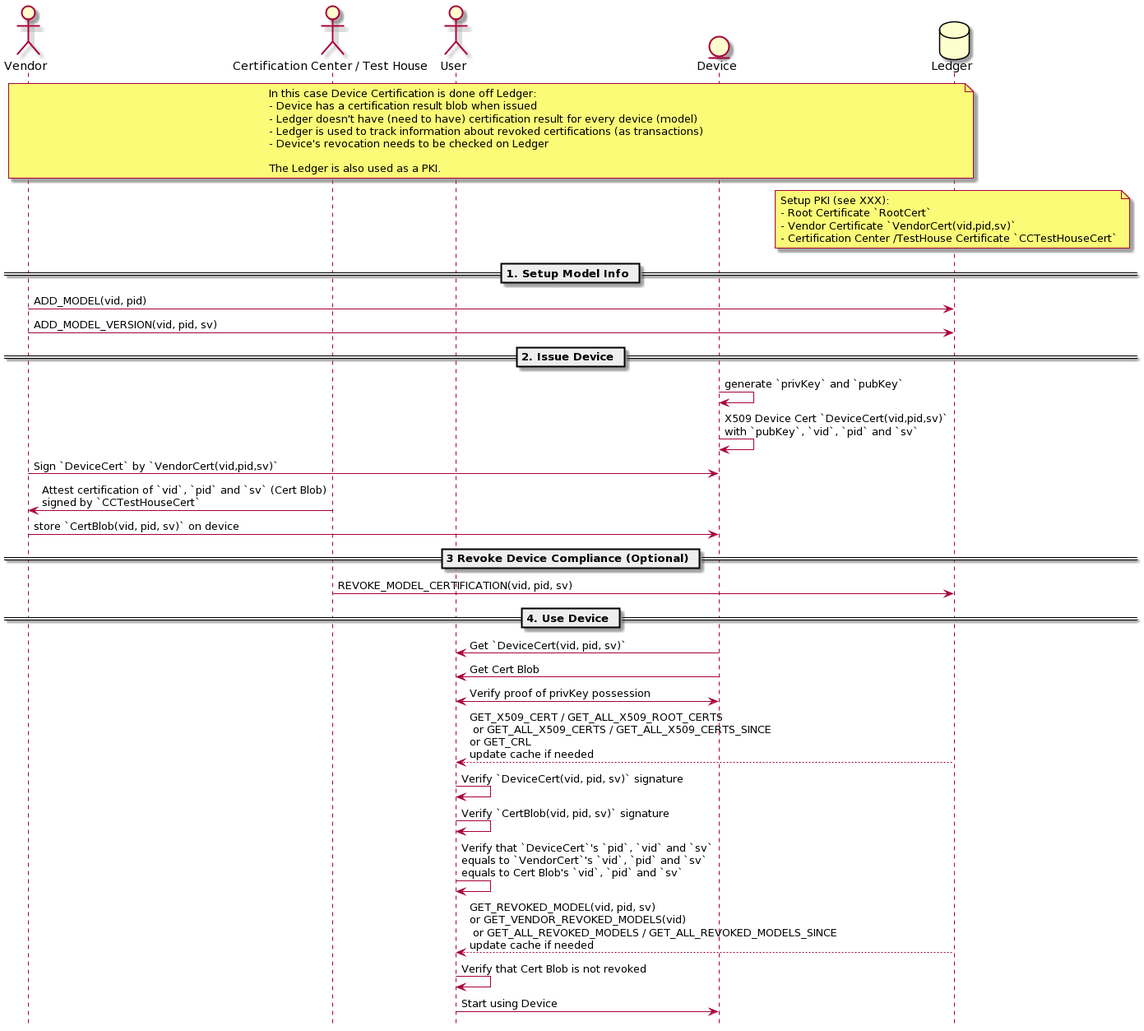
The PlantUML diagram docs/use_cases/use_cases_device_off_ledger_certification.png in zigbee-alliance/distributed-compliance-ledger, before a commit.
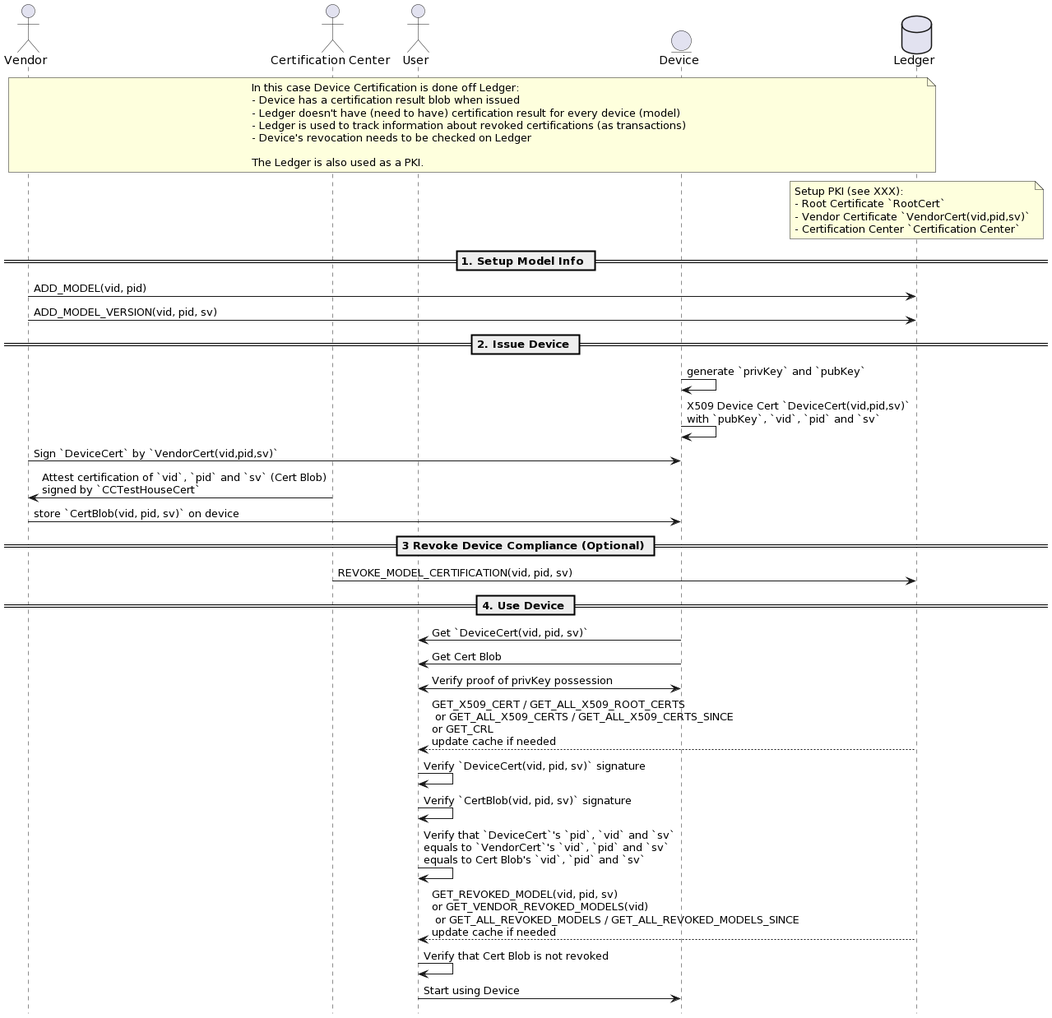
Later version of the same file.

The edit, as a diff of the source:
```diff
@@ -3,7 +3,7 @@
 hide footbox
 
 actor Vendor as V
-actor "Certification Center / Test House" as CC
+actor "Certification Center" as CC
 actor User as U
 entity Device as D
 database Ledger as L
@@ -22,7 +22,7 @@
 Setup PKI (see XXX):
 - Root Certificate `RootCert`
 - Vendor Certificate `VendorCert(vid,pid,sv)`
-- Certification Center /TestHouse Certificate `CCTestHouseCert`
+- Certification Center `Certification Center`
 end note
 
 == 1. Setup Model Info ==
```
